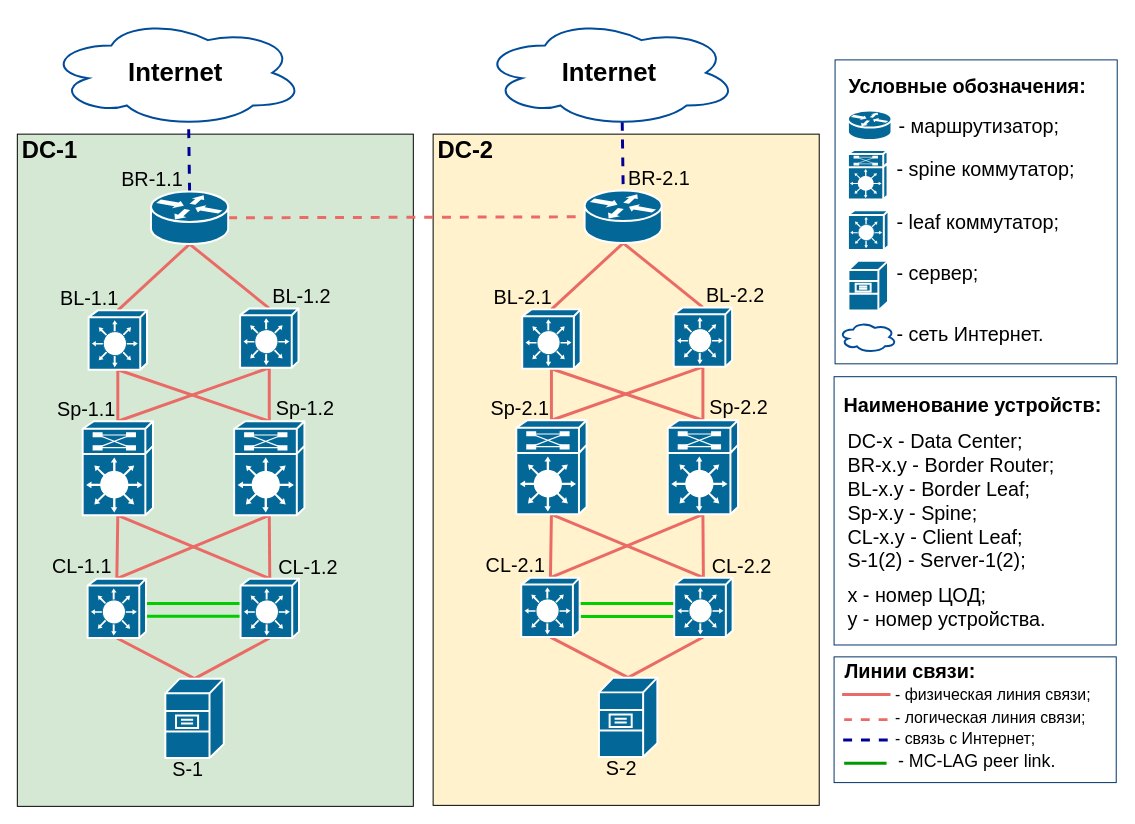
Tema-sudo/OTUS_DC_network_design keeps this draw.io diagram as Graduate_project/GP_common_topo.drawio. Above is the earlier version. Source tidied: cells renumbered, new cells numbered last; positions are measured from the earlier drawing's top-left corner, leaving out a move shared by most shapes. Both pictures are drawn from the tidied source at 99%, with x=0, y=0 at pixel (17, 18).
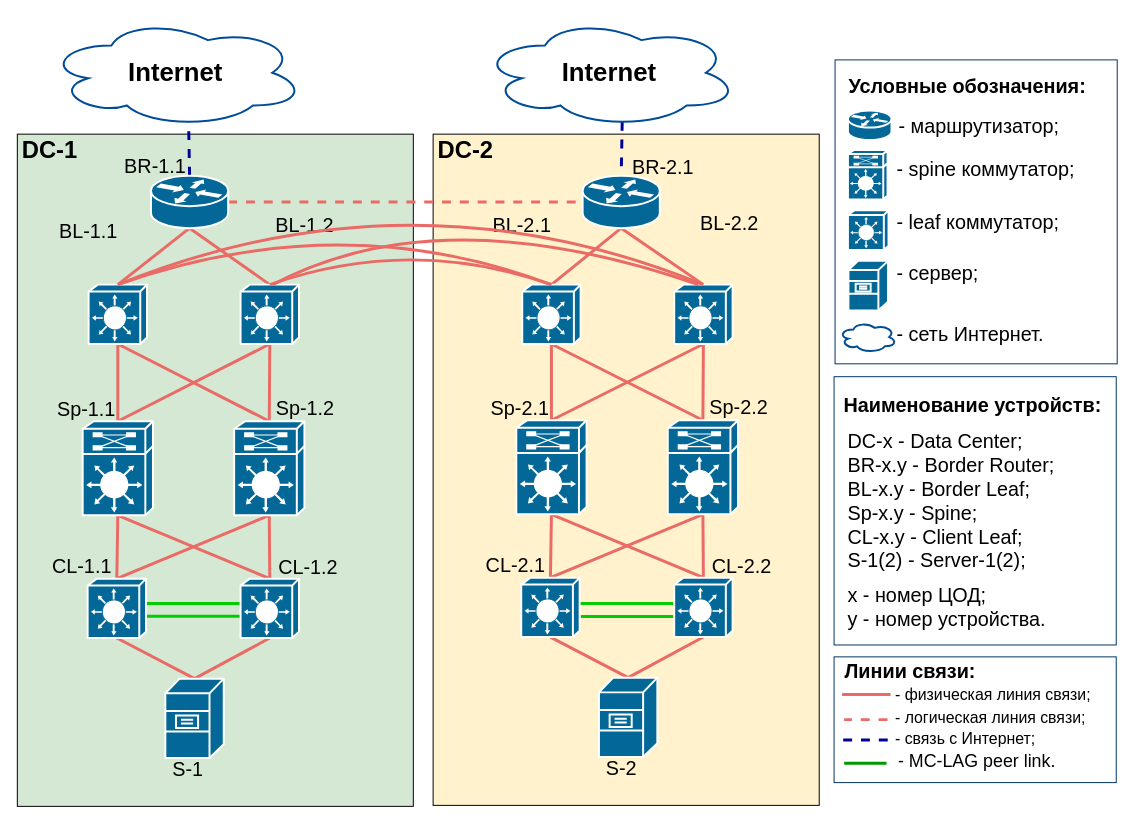
The same diagram, later.

What changed in the source:
```diff
@@
     <mxCell id="21" value="BL-1.2" style="text;html=1;strokeColor=none;fillColor=none;align=center;verticalAlign=middle;whiteSpace=wrap;rounded=0;fontSize=20;fontFamily=Helvetica;horizontal=1;" parent="1" vertex="1">
-      <mxGeometry x="255" y="271.8" width="65" height="17.2" as="geometry" />
+      <mxGeometry x="258" y="199.5" width="65" height="17.2" as="geometry" />
     </mxCell>
     <mxCell id="22" value="BL-1.1" style="text;html=1;strokeColor=none;fillColor=none;align=center;verticalAlign=middle;whiteSpace=wrap;rounded=0;fontSize=20;fontFamily=Helvetica;horizontal=1;" parent="1" vertex="1">
-      <mxGeometry x="40" y="273.8" width="66" height="17.2" as="geometry" />
+      <mxGeometry x="39" y="205.4" width="66" height="17.2" as="geometry" />
     </mxCell>
@@
     <mxCell id="27" value="BR-1.1" style="text;html=1;strokeColor=none;fillColor=none;align=center;verticalAlign=middle;whiteSpace=wrap;rounded=0;fontSize=20;fontFamily=Helvetica;horizontal=1;" parent="1" vertex="1">
-      <mxGeometry x="102" y="153.8" width="69" height="17.2" as="geometry" />
+      <mxGeometry x="105" y="140.2" width="69" height="17.2" as="geometry" />
     </mxCell>
@@
     <mxCell id="41" value="BL-2.2" style="text;html=1;strokeColor=none;fillColor=none;align=center;verticalAlign=middle;whiteSpace=wrap;rounded=0;fontSize=20;fontFamily=Helvetica;horizontal=1;" parent="1" vertex="1">
-      <mxGeometry x="693" y="270.8" width="65" height="17.2" as="geometry" />
+      <mxGeometry x="687" y="197.2" width="65" height="17.2" as="geometry" />
     </mxCell>
     <mxCell id="42" value="BL-2.1" style="text;html=1;strokeColor=none;fillColor=none;align=center;verticalAlign=middle;whiteSpace=wrap;rounded=0;fontSize=20;fontFamily=Helvetica;horizontal=1;" parent="1" vertex="1">
-      <mxGeometry x="478" y="272.8" width="66" height="17.2" as="geometry" />
+      <mxGeometry x="477" y="199.5" width="66" height="17.2" as="geometry" />
     </mxCell>
@@
     <mxCell id="47" value="BR-2.1" style="text;html=1;strokeColor=none;fillColor=none;align=center;verticalAlign=middle;whiteSpace=wrap;rounded=0;fontSize=20;fontFamily=Helvetica;horizontal=1;" parent="1" vertex="1">
-      <mxGeometry x="614" y="152" width="69" height="17.2" as="geometry" />
+      <mxGeometry x="618" y="141.8" width="69" height="17.2" as="geometry" />
     </mxCell>
@@
     <mxCell id="74" style="shape=mxgraph.cisco.switches.layer_3_switch;sketch=0;html=1;dashed=0;fillColor=#036897;strokeColor=#ffffff;strokeWidth=2;verticalLabelPosition=bottom;verticalAlign=top;align=center;outlineConnect=0;hachureGap=4;jiggle=2;curveFitting=1;fontFamily=Architects Daughter;fontSize=20;" parent="1" vertex="1">
-      <mxGeometry x="225" y="293" width="59" height="60" as="geometry" />
+      <mxGeometry x="225.5" y="269" width="59" height="60" as="geometry" />
     </mxCell>
     <mxCell id="75" style="shape=mxgraph.cisco.switches.layer_3_switch;sketch=0;html=1;dashed=0;fillColor=#036897;strokeColor=#ffffff;strokeWidth=2;verticalLabelPosition=bottom;verticalAlign=top;align=center;outlineConnect=0;hachureGap=4;jiggle=2;curveFitting=1;fontFamily=Architects Daughter;fontSize=20;" parent="1" vertex="1">
-      <mxGeometry x="72" y="295" width="59" height="60" as="geometry" />
+      <mxGeometry x="72" y="269" width="59" height="60" as="geometry" />
     </mxCell>
     <mxCell id="76" style="shape=mxgraph.cisco.routers.router;sketch=0;html=1;dashed=0;fillColor=#036897;strokeColor=#ffffff;strokeWidth=2;verticalLabelPosition=bottom;verticalAlign=top;align=center;outlineConnect=0;" parent="1" vertex="1">
-      <mxGeometry x="135" y="175" width="78" height="53" as="geometry" />
+      <mxGeometry x="135" y="159" width="78" height="53" as="geometry" />
     </mxCell>
@@
     <mxCell id="82" style="shape=mxgraph.cisco.switches.layer_3_switch;sketch=0;html=1;dashed=0;fillColor=#036897;strokeColor=#ffffff;strokeWidth=2;verticalLabelPosition=bottom;verticalAlign=top;align=center;outlineConnect=0;hachureGap=4;jiggle=2;curveFitting=1;fontFamily=Architects Daughter;fontSize=20;" parent="1" vertex="1">
-      <mxGeometry x="663" y="292" width="59" height="60" as="geometry" />
+      <mxGeometry x="663.5" y="269" width="59" height="60" as="geometry" />
     </mxCell>
     <mxCell id="83" style="shape=mxgraph.cisco.switches.layer_3_switch;sketch=0;html=1;dashed=0;fillColor=#036897;strokeColor=#ffffff;strokeWidth=2;verticalLabelPosition=bottom;verticalAlign=top;align=center;outlineConnect=0;hachureGap=4;jiggle=2;curveFitting=1;fontFamily=Architects Daughter;fontSize=20;" parent="1" vertex="1">
-      <mxGeometry x="510" y="294" width="59" height="60" as="geometry" />
+      <mxGeometry x="510" y="269" width="59" height="60" as="geometry" />
     </mxCell>
     <mxCell id="84" style="shape=mxgraph.cisco.routers.router;sketch=0;html=1;dashed=0;fillColor=#036897;strokeColor=#ffffff;strokeWidth=2;verticalLabelPosition=bottom;verticalAlign=top;align=center;outlineConnect=0;" parent="1" vertex="1">
-      <mxGeometry x="573" y="174" width="78" height="53" as="geometry" />
+      <mxGeometry x="571" y="159" width="78" height="53" as="geometry" />
     </mxCell>
@@
+    <mxCell id="97" style="edgeStyle=none;hachureGap=4;jettySize=auto;html=1;entryX=0.5;entryY=0;entryDx=0;entryDy=0;entryPerimeter=0;fontFamily=Architects Daughter;fontSize=16;endArrow=none;endFill=0;strokeWidth=3;strokeColor=#EA6B66;exitX=0.5;exitY=0;exitDx=0;exitDy=0;exitPerimeter=0;curved=1;" parent="1" edge="1" source="75" target="82">
+      <mxGeometry relative="1" as="geometry">
+        <Array as="points">
+          <mxPoint x="398" y="149" />
+        </Array>
+      </mxGeometry>
+    </mxCell>
+    <mxCell id="98" style="edgeStyle=none;hachureGap=4;jettySize=auto;html=1;entryX=0.5;entryY=0;entryDx=0;entryDy=0;entryPerimeter=0;fontFamily=Architects Daughter;fontSize=16;endArrow=none;endFill=0;strokeWidth=3;strokeColor=#EA6B66;exitX=0.5;exitY=0;exitDx=0;exitDy=0;exitPerimeter=0;curved=1;" parent="1" edge="1" source="75" target="83">
+      <mxGeometry relative="1" as="geometry">
+        <Array as="points">
+          <mxPoint x="328" y="189" />
+        </Array>
+      </mxGeometry>
+    </mxCell>
+    <mxCell id="99" style="edgeStyle=none;hachureGap=4;orthogonalLoop=1;jettySize=auto;html=1;fontFamily=Architects Daughter;fontSize=16;endArrow=none;endFill=0;strokeWidth=3;strokeColor=#EA6B66;curved=1;" parent="1" edge="1">
+      <mxGeometry relative="1" as="geometry">
+        <mxPoint x="258" y="269" as="sourcePoint" />
+        <mxPoint x="688" y="269" as="targetPoint" />
+        <Array as="points">
+          <mxPoint x="428" y="179" />
+        </Array>
+      </mxGeometry>
+    </mxCell>
+    <mxCell id="100" style="edgeStyle=none;hachureGap=4;jettySize=auto;html=1;entryX=0.5;entryY=0;entryDx=0;entryDy=0;entryPerimeter=0;fontFamily=Architects Daughter;fontSize=16;endArrow=none;endFill=0;strokeWidth=3;strokeColor=#EA6B66;exitX=0.5;exitY=0;exitDx=0;exitDy=0;exitPerimeter=0;curved=1;" parent="1" edge="1" source="74" target="83">
+      <mxGeometry relative="1" as="geometry">
+        <Array as="points">
+          <mxPoint x="398" y="219" />
+        </Array>
+      </mxGeometry>
+    </mxCell>
```
